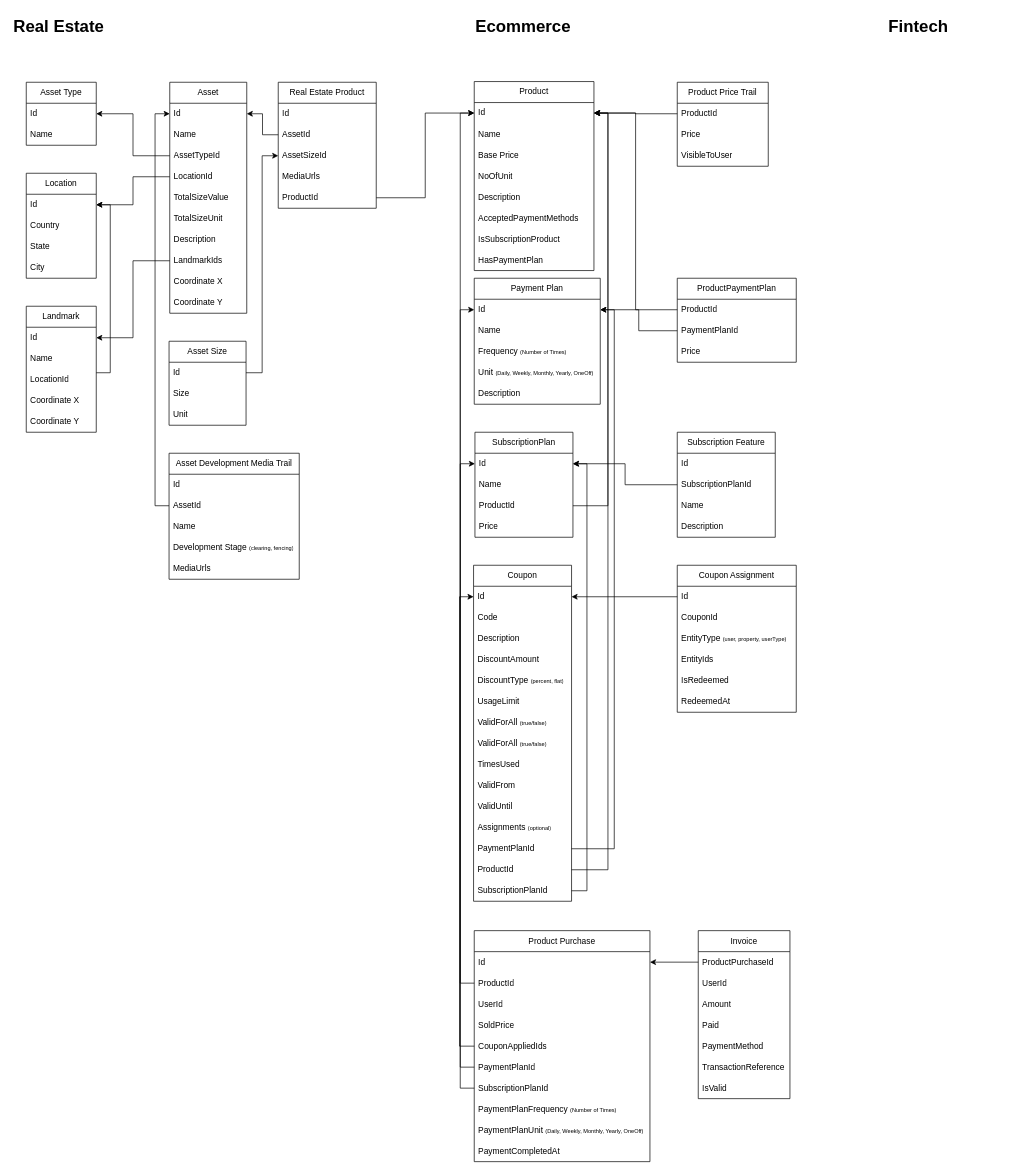
Before: sellperty.drawio in isaac-code/diagrams, a draw.io diagram. Source tidied: cells renumbered, new cells numbered last; positions are measured from the earlier drawing's top-left corner, leaving out a move shared by most shapes. Both pictures are drawn from the tidied source at 70%, with x=0, y=0 at pixel (12, 12).
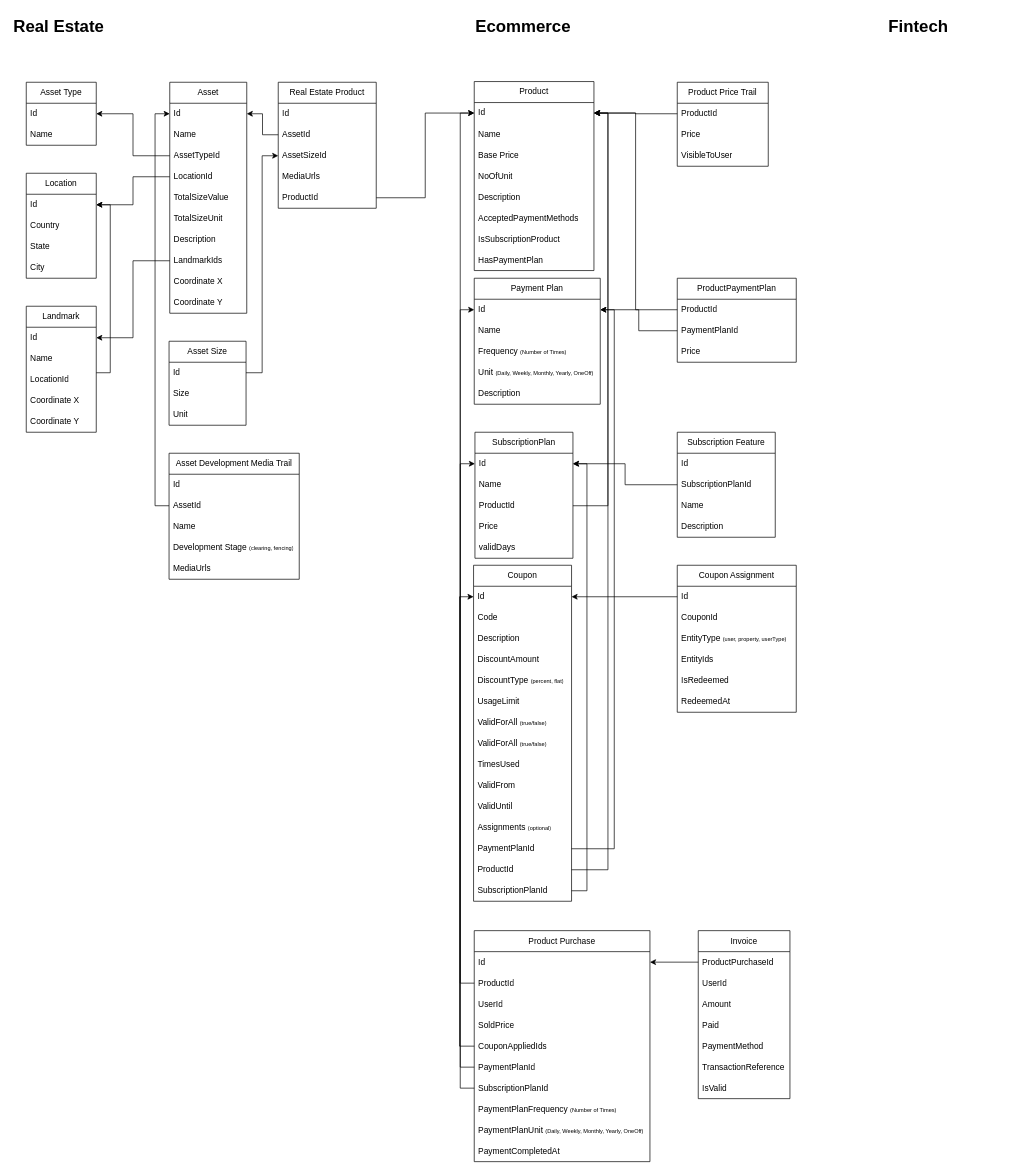
After the change.

Commit message:
add validDays to Subscription

Change to the diagram source:
```diff
@@
     <mxCell id="114" value="SubscriptionPlan" style="swimlane;fontStyle=0;horizontal=1;startSize=30;whiteSpace=wrap;html=1;" parent="1" vertex="1">
-      <mxGeometry x="661" y="600" width="140" height="150" as="geometry" />
+      <mxGeometry x="661" y="600" width="140" height="180" as="geometry" />
     </mxCell>
@@
+    <mxCell id="143" value="validDays" style="text;strokeColor=none;fillColor=none;align=left;verticalAlign=middle;spacingLeft=4;spacingRight=4;overflow=hidden;whiteSpace=wrap;html=1;" parent="114" vertex="1">
+      <mxGeometry y="150" width="140" height="30" as="geometry" />
+    </mxCell>
```
